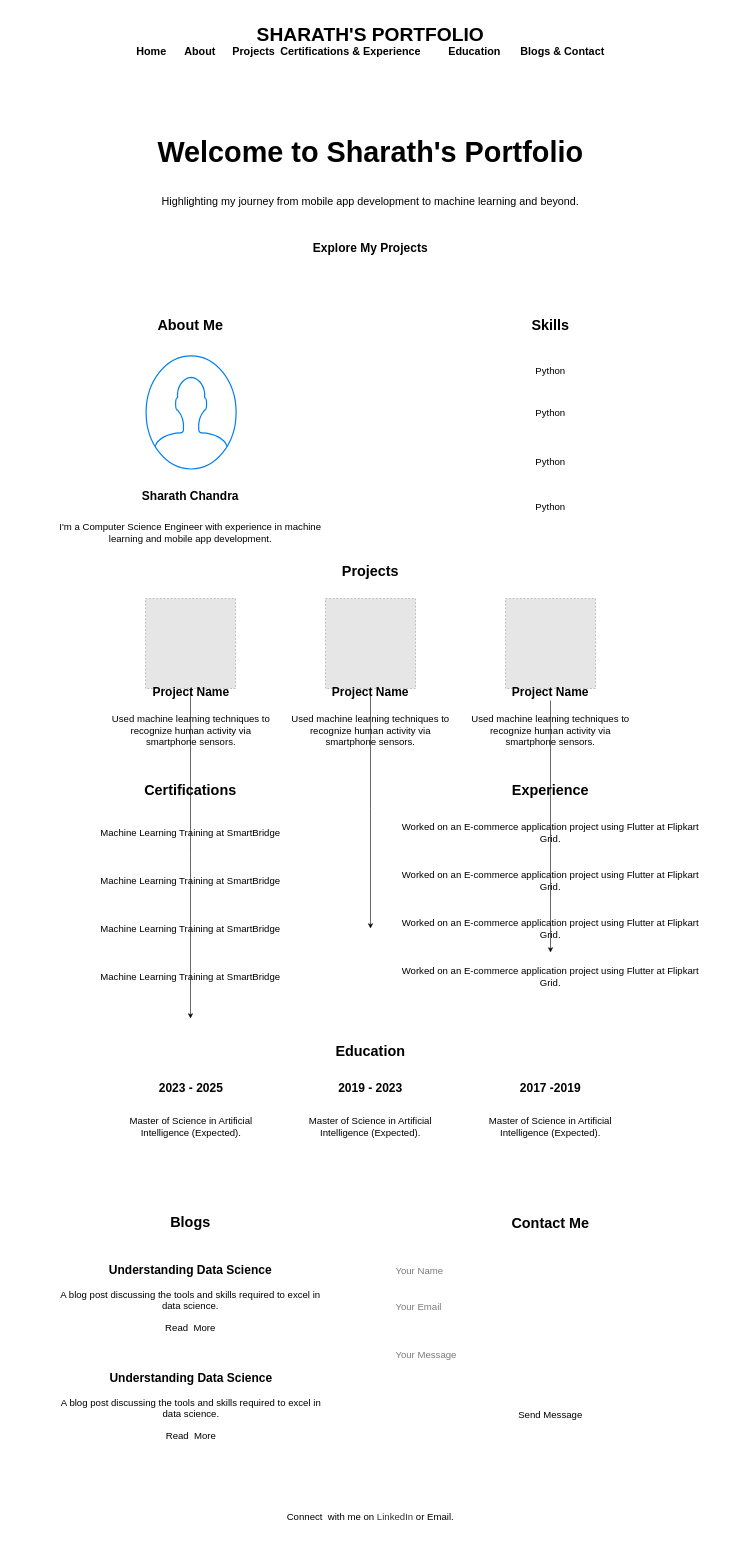
Above: Portfolio.drawio in dumpalisharathchandrareddy/demo-repo (draw.io), before the change. Source tidied: cells renumbered, new cells numbered last; positions are measured from the earlier drawing's top-left corner, leaving out a move shared by most shapes. Both pictures are drawn from the tidied source at 60%, with x=0, y=0 at pixel (10, 10). Pictures stored in the file or linked from it are replaced by grey dashed boxes.
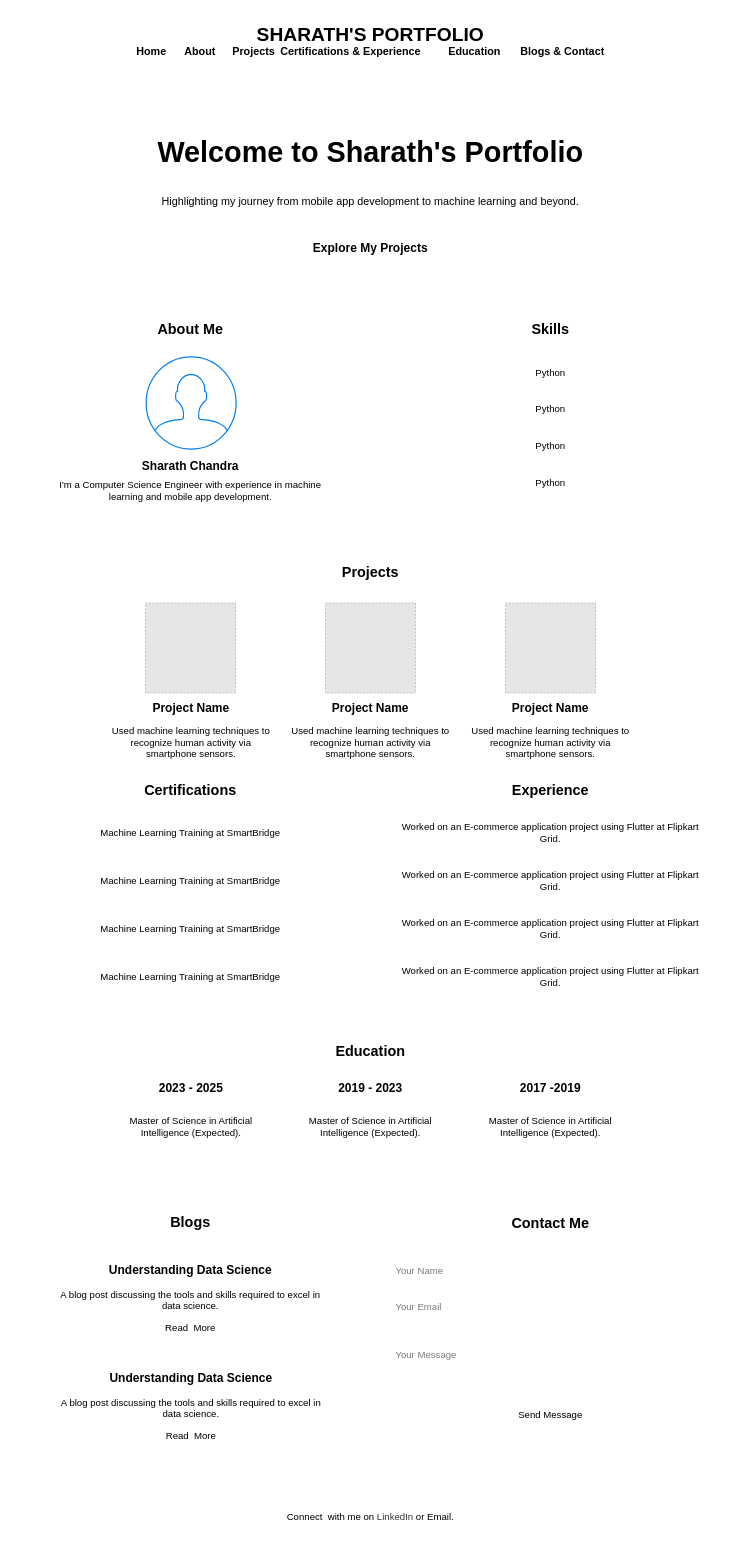
After the change.

The edit, as a diff of the source:
```diff
@@
-    <mxCell id="3" style="edgeStyle=orthogonalEdgeStyle;rounded=0;jettySize=auto;html=1;" parent="1" edge="1" source="22">
-      <mxGeometry relative="1" as="geometry">
-        <mxPoint x="300" y="1680" as="targetPoint" />
-      </mxGeometry>
-    </mxCell>
-    <mxCell id="4" style="edgeStyle=orthogonalEdgeStyle;rounded=0;jettySize=auto;html=1;" parent="1" edge="1" source="23">
-      <mxGeometry relative="1" as="geometry">
-        <mxPoint x="600" y="1530" as="targetPoint" />
-      </mxGeometry>
-    </mxCell>
@@
-    <mxCell id="7" style="edgeStyle=orthogonalEdgeStyle;rounded=0;jettySize=auto;html=1;" parent="1" edge="1" source="27">
-      <mxGeometry relative="1" as="geometry">
-        <mxPoint x="900" y="1570" as="targetPoint" />
-      </mxGeometry>
-    </mxCell>
@@
     <mxCell id="20" style="group;" parent="1" vertex="1">
-      <mxGeometry y="920" width="1200" height="320" as="geometry" />
+      <mxGeometry y="920" width="1200" height="360" as="geometry" />
     </mxCell>
     <mxCell id="21" value="&lt;font style=&quot;font-size: 24px;&quot;&gt;&lt;b&gt;Projects&lt;/b&gt;&lt;/font&gt;" style="text;html=1;align=center;verticalAlign=middle;whiteSpace=wrap;rounded=0;" parent="20" vertex="1">
-      <mxGeometry width="1200" height="30" as="geometry" />
+      <mxGeometry width="1200" height="33.8" as="geometry" />
     </mxCell>
     <mxCell id="22" style="fillColor=#E6E6E6;strokeColor=#999999;dashed=1;html=1;verticalAlign=top;verticalLabelPosition=bottom;labelBackgroundColor=#ffffff;" parent="20" vertex="1">
-      <mxGeometry x="225" y="60" width="150" height="150" as="geometry" />
+      <mxGeometry x="225" y="67.5" width="150" height="150" as="geometry" />
     </mxCell>
     <mxCell id="23" style="fillColor=#E6E6E6;strokeColor=#999999;dashed=1;html=1;verticalAlign=top;verticalLabelPosition=bottom;labelBackgroundColor=#ffffff;" parent="20" vertex="1">
-      <mxGeometry x="525" y="60" width="150" height="150" as="geometry" />
+      <mxGeometry x="525" y="67.5" width="150" height="150" as="geometry" />
     </mxCell>
     <mxCell id="24" style="fillColor=#E6E6E6;strokeColor=#999999;dashed=1;html=1;verticalAlign=top;verticalLabelPosition=bottom;labelBackgroundColor=#ffffff;" parent="20" vertex="1">
-      <mxGeometry x="825" y="60" width="150" height="150" as="geometry" />
+      <mxGeometry x="825" y="67.5" width="150" height="150" as="geometry" />
     </mxCell>
     <mxCell id="25" value="&lt;font style=&quot;font-size: 20px;&quot;&gt;&lt;b&gt;Project Name&lt;br&gt;&lt;/b&gt;&lt;/font&gt;" style="text;html=1;align=center;verticalAlign=middle;whiteSpace=wrap;rounded=0;" parent="20" vertex="1">
-      <mxGeometry x="201" y="200" width="200" height="30" as="geometry" />
+      <mxGeometry x="201" y="225" width="200" height="33.8" as="geometry" />
     </mxCell>
     <mxCell id="26" value="&lt;font style=&quot;font-size: 20px;&quot;&gt;&lt;b&gt;Project Name&lt;br&gt;&lt;/b&gt;&lt;/font&gt;" style="text;html=1;align=center;verticalAlign=middle;whiteSpace=wrap;rounded=0;" parent="20" vertex="1">
-      <mxGeometry x="500" y="200" width="200" height="30" as="geometry" />
+      <mxGeometry x="500" y="225" width="200" height="33.8" as="geometry" />
     </mxCell>
     <mxCell id="27" value="&lt;font style=&quot;font-size: 20px;&quot;&gt;&lt;b&gt;Project Name&lt;br&gt;&lt;/b&gt;&lt;/font&gt;" style="text;html=1;align=center;verticalAlign=middle;whiteSpace=wrap;rounded=0;" parent="20" vertex="1">
-      <mxGeometry x="800" y="200" width="200" height="30" as="geometry" />
+      <mxGeometry x="800" y="225" width="200" height="33.8" as="geometry" />
     </mxCell>
     <mxCell id="28" value="&lt;font style=&quot;font-size: 16px;&quot;&gt;Used machine learning techniques to recognize human activity via smartphone sensors.&lt;/font&gt;" style="text;html=1;align=center;verticalAlign=middle;whiteSpace=wrap;rounded=0;" parent="20" vertex="1">
-      <mxGeometry x="161" y="240" width="280" height="80" as="geometry" />
+      <mxGeometry x="161" y="270" width="280" height="60" as="geometry" />
     </mxCell>
     <mxCell id="29" value="&lt;font style=&quot;font-size: 16px;&quot;&gt;Used machine learning techniques to recognize human activity via smartphone sensors.&lt;/font&gt;" style="text;html=1;align=center;verticalAlign=middle;whiteSpace=wrap;rounded=0;" parent="20" vertex="1">
-      <mxGeometry x="460" y="240" width="280" height="80" as="geometry" />
+      <mxGeometry x="460" y="270" width="280" height="60" as="geometry" />
     </mxCell>
     <mxCell id="30" value="&lt;font style=&quot;font-size: 16px;&quot;&gt;Used machine learning techniques to recognize human activity via smartphone sensors.&lt;/font&gt;" style="text;html=1;align=center;verticalAlign=middle;whiteSpace=wrap;rounded=0;" parent="20" vertex="1">
-      <mxGeometry x="760" y="240" width="280" height="80" as="geometry" />
+      <mxGeometry x="760" y="270" width="280" height="60" as="geometry" />
     </mxCell>
@@
     <mxCell id="48" style="group;" parent="1" vertex="1">
-      <mxGeometry y="500" width="1200" height="390" as="geometry" />
+      <mxGeometry y="500" width="1200" height="400" as="geometry" />
     </mxCell>
     <mxCell id="49" style="html=1;verticalLabelPosition=bottom;align=center;labelBackgroundColor=#ffffff;verticalAlign=top;strokeWidth=2;strokeColor=#0080F0;shadow=0;dashed=0;shape=mxgraph.ios7.icons.user;" parent="48" vertex="1">
-      <mxGeometry x="226" y="75.5" width="150" height="188.7" as="geometry" />
+      <mxGeometry x="226" y="77.4" width="150" height="153.8" as="geometry" />
     </mxCell>
     <mxCell id="50" value="&lt;b style=&quot;font-size: 24px;&quot;&gt;About Me&lt;br&gt;&lt;/b&gt;" style="text;html=1;align=center;verticalAlign=middle;whiteSpace=wrap;rounded=0;" parent="48" vertex="1">
-      <mxGeometry width="600" height="50.3" as="geometry" />
+      <mxGeometry x="160" width="280" height="61.5" as="geometry" />
     </mxCell>
     <mxCell id="51" value="&lt;font style=&quot;font-size: 20px;&quot;&gt;&lt;b&gt;&lt;font style=&quot;font-size: 20px;&quot;&gt;Sharath Chandra&lt;/font&gt;&lt;/b&gt;&lt;/font&gt;" style="text;html=1;align=center;verticalAlign=middle;whiteSpace=wrap;rounded=0;" parent="48" vertex="1">
-      <mxGeometry y="289.4" width="600" height="37.7" as="geometry" />
+      <mxGeometry x="160" y="240" width="280" height="38.7" as="geometry" />
     </mxCell>
     <mxCell id="52" value="&lt;font style=&quot;font-size: 16px;&quot;&gt;I'm a Computer Science Engineer with experience in machine learning and mobile app development.&lt;/font&gt;" style="text;html=1;align=center;verticalAlign=middle;whiteSpace=wrap;rounded=0;" parent="48" vertex="1">
-      <mxGeometry x="80" y="352.3" width="440" height="37.7" as="geometry" />
+      <mxGeometry x="80" y="280" width="440" height="40" as="geometry" />
     </mxCell>
     <mxCell id="53" value="&lt;font style=&quot;font-size: 24px;&quot;&gt;&lt;b&gt;Skills&lt;/b&gt;&lt;/font&gt;" style="text;html=1;align=center;verticalAlign=middle;whiteSpace=wrap;rounded=0;" parent="48" vertex="1">
-      <mxGeometry x="600" width="600" height="50.3" as="geometry" />
+      <mxGeometry x="720" width="360" height="61.5" as="geometry" />
     </mxCell>
     <mxCell id="54" value="&lt;font style=&quot;font-size: 16px;&quot;&gt;Python&lt;/font&gt;" style="text;html=1;align=center;verticalAlign=middle;whiteSpace=wrap;rounded=0;" parent="48" vertex="1">
-      <mxGeometry x="680" y="75.5" width="440" height="50.3" as="geometry" />
+      <mxGeometry x="680" y="82.1" width="440" height="41" as="geometry" />
     </mxCell>
     <mxCell id="55" value="&lt;font style=&quot;font-size: 16px;&quot;&gt;Python&lt;/font&gt;" style="text;html=1;align=center;verticalAlign=middle;whiteSpace=wrap;rounded=0;" parent="48" vertex="1">
-      <mxGeometry x="680" y="144.7" width="440" height="50.3" as="geometry" />
+      <mxGeometry x="680" y="143.6" width="440" height="41" as="geometry" />
     </mxCell>
     <mxCell id="56" value="&lt;font style=&quot;font-size: 16px;&quot;&gt;Python&lt;/font&gt;" style="text;html=1;align=center;verticalAlign=middle;whiteSpace=wrap;rounded=0;" parent="48" vertex="1">
-      <mxGeometry x="680" y="226.5" width="440" height="50.3" as="geometry" />
+      <mxGeometry x="680" y="205.1" width="440" height="41" as="geometry" />
     </mxCell>
     <mxCell id="57" value="&lt;font style=&quot;font-size: 16px;&quot;&gt;Python&lt;/font&gt;" style="text;html=1;align=center;verticalAlign=middle;whiteSpace=wrap;rounded=0;" parent="48" vertex="1">
-      <mxGeometry x="680" y="301.9" width="440" height="50.3" as="geometry" />
+      <mxGeometry x="680" y="266.7" width="440" height="41" as="geometry" />
     </mxCell>
```
